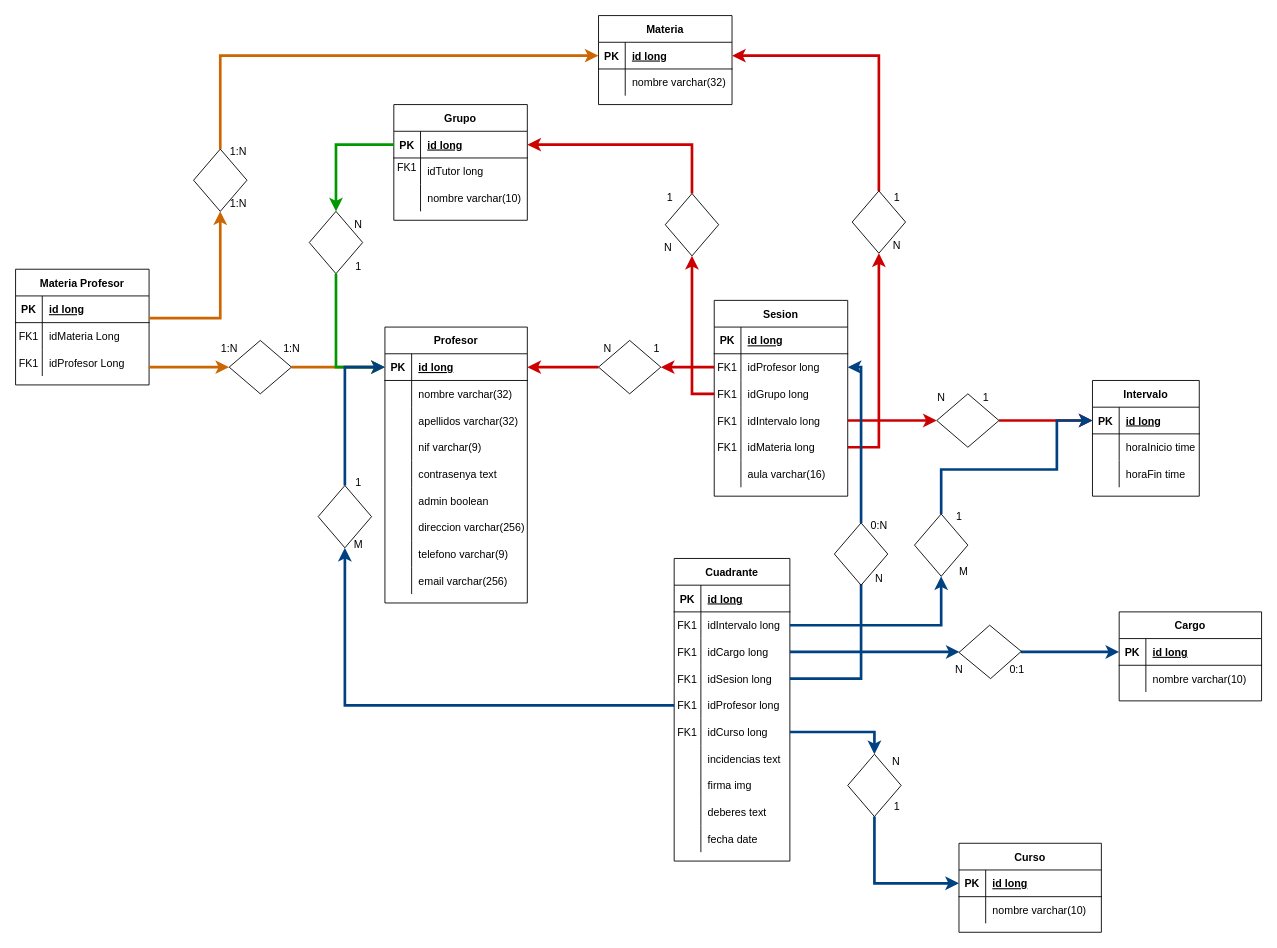
Before: bbdd.drawio in daviddoichita/ProyectoDAW-DavidD-Cesar-Carlos, a draw.io diagram. Source tidied: cells renumbered, new cells numbered last; positions are measured from the earlier drawing's top-left corner, leaving out a move shared by most shapes. Both pictures are drawn from the tidied source at 89%, with x=0, y=0 at pixel (15, 15).
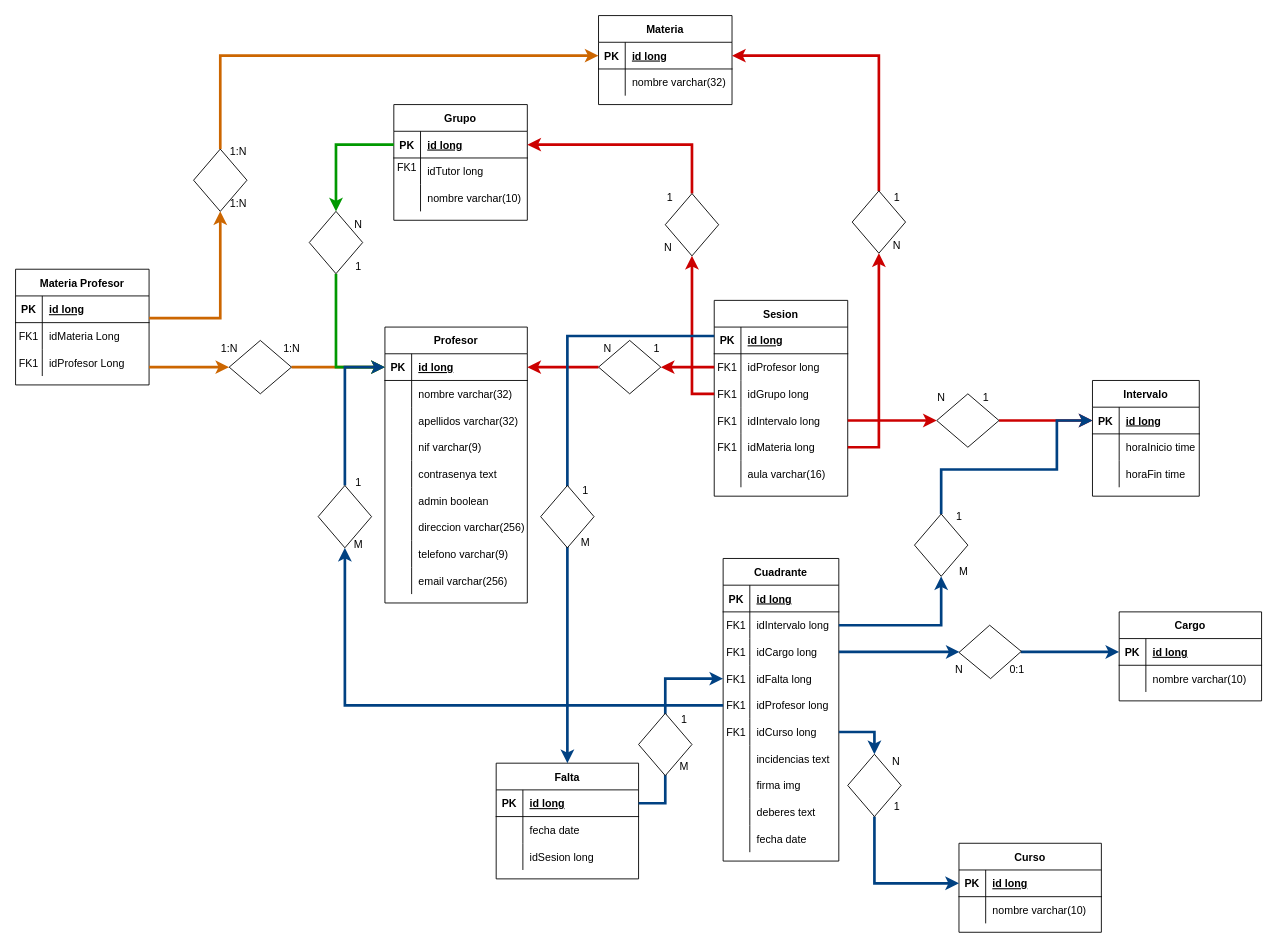
Above is the later version.

Unchanged cells that the change refers to:
```xml
<mxCell id="41" style="shape=partialRectangle;fillColor=none;points=[[0,0.5],[1,0.5]];portConstraint=eastwest;top=0;left=0;right=0;bottom=0;" parent="37" vertex="1">
  <mxGeometry y="60" width="150" height="30" as="geometry" />
</mxCell>
<mxCell id="86" style="shape=partialRectangle;fillColor=none;points=[[0,0.5],[1,0.5]];portConstraint=eastwest;top=0;left=0;right=0;bottom=0;" parent="76" vertex="1">
  <mxGeometry y="120" width="130" height="30" as="geometry" />
</mxCell>
```

Diff of the diagram source:
```diff
@@
     <mxCell id="76" value="Cuadrante" style="shape=table;startSize=30;childLayout=tableLayout;rowLines=0;fontStyle=1;align=center;" parent="1" vertex="1">
-      <mxGeometry x="740" y="610" width="130" height="340" as="geometry" />
+      <mxGeometry x="795" y="610" width="130" height="340" as="geometry" />
     </mxCell>
@@
-    <mxCell id="88" value="idSesion long" style="shape=partialRectangle;overflow=hidden;fillColor=none;top=0;left=0;bottom=0;right=0;align=left;spacingLeft=6;" parent="86" vertex="1">
+    <mxCell id="88" value="idFalta long" style="shape=partialRectangle;overflow=hidden;fillColor=none;top=0;left=0;bottom=0;right=0;align=left;spacingLeft=6;" parent="86" vertex="1">
       <mxGeometry x="30" width="100" height="30" as="geometry" />
     </mxCell>
@@
-    <mxCell id="177" style="endArrow=classic;html=1;rounded=0;edgeStyle=orthogonalEdgeStyle;strokeColor=#004182;strokeWidth=3;" parent="1" edge="1">
-      <mxGeometry relative="1" as="geometry">
-        <mxPoint x="870" y="745" as="sourcePoint" />
-        <mxPoint x="950" y="609.9" as="targetPoint" />
-        <Array as="points">
-          <mxPoint x="950" y="745" />
-        </Array>
-      </mxGeometry>
-    </mxCell>
-    <mxCell id="178" style="shape=rhombus;perimeter=rhombusPerimeter;whiteSpace=wrap;html=1;align=center;direction=south;fontColor=default;labelBackgroundColor=none;fillStyle=solid;fillColor=default;gradientColor=none;gradientDirection=east;" parent="1" vertex="1">
-      <mxGeometry x="920" y="570" width="60" height="70" as="geometry" />
-    </mxCell>
-    <mxCell id="179" style="endArrow=classic;html=1;rounded=0;edgeStyle=orthogonalEdgeStyle;strokeColor=#004182;strokeWidth=3;" parent="1" edge="1" source="178" target="41">
-      <mxGeometry relative="1" as="geometry" />
-    </mxCell>
@@
-    <mxCell id="193" value="0:N" style="text;html=1;align=center;verticalAlign=middle;strokeColor=none;fillColor=none;" parent="1" vertex="1">
-      <mxGeometry x="950" y="558" width="40" height="30" as="geometry" />
-    </mxCell>
-    <mxCell id="194" value="N" style="text;html=1;align=center;verticalAlign=middle;strokeColor=none;fillColor=none;" parent="1" vertex="1">
-      <mxGeometry x="955" y="618" width="30" height="30" as="geometry" />
-    </mxCell>
+    <mxCell id="195" value="Falta" style="shape=table;startSize=30;childLayout=tableLayout;rowLines=0;fontStyle=1;align=center;" parent="1" vertex="1">
+      <mxGeometry x="540" y="840" width="160" height="130" as="geometry" />
+    </mxCell>
+    <mxCell id="196" style="shape=partialRectangle;fillColor=none;points=[[0,0.5],[1,0.5]];portConstraint=eastwest;top=0;left=0;right=0;bottom=1;" parent="195" vertex="1">
+      <mxGeometry y="30" width="160" height="30" as="geometry" />
+    </mxCell>
+    <mxCell id="197" value="PK" style="shape=partialRectangle;overflow=hidden;fillColor=none;top=0;left=0;bottom=0;right=0;fontStyle=1;" parent="196" vertex="1">
+      <mxGeometry width="30" height="30" as="geometry" />
+    </mxCell>
+    <mxCell id="198" value="id long" style="shape=partialRectangle;overflow=hidden;fillColor=none;top=0;left=0;bottom=0;right=0;align=left;spacingLeft=6;fontStyle=5;" parent="196" vertex="1">
+      <mxGeometry x="30" width="130" height="30" as="geometry" />
+    </mxCell>
+    <mxCell id="199" style="shape=partialRectangle;fillColor=none;top=0;left=0;right=0;bottom=0;" parent="195" vertex="1">
+      <mxGeometry y="60" width="160" height="30" as="geometry" />
+    </mxCell>
+    <mxCell id="200" style="shape=partialRectangle;overflow=hidden;fillColor=none;top=0;left=0;bottom=0;right=0;" parent="199" vertex="1">
+      <mxGeometry width="30" height="30" as="geometry" />
+    </mxCell>
+    <mxCell id="201" value="fecha date" style="shape=partialRectangle;overflow=hidden;fillColor=none;top=0;left=0;bottom=0;right=0;align=left;spacingLeft=6;" parent="199" vertex="1">
+      <mxGeometry x="30" width="130" height="30" as="geometry" />
+    </mxCell>
+    <mxCell id="202" style="shape=partialRectangle;fillColor=none;top=0;left=0;right=0;bottom=0;" parent="195" vertex="1">
+      <mxGeometry y="90" width="160" height="30" as="geometry" />
+    </mxCell>
+    <mxCell id="203" style="shape=partialRectangle;overflow=hidden;fillColor=none;top=0;left=0;bottom=0;right=0;" parent="202" vertex="1">
+      <mxGeometry width="30" height="30" as="geometry" />
+    </mxCell>
+    <mxCell id="204" value="idSesion long" style="shape=partialRectangle;overflow=hidden;fillColor=none;top=0;left=0;bottom=0;right=0;align=left;spacingLeft=6;" parent="202" vertex="1">
+      <mxGeometry x="30" width="130" height="30" as="geometry" />
+    </mxCell>
+    <mxCell id="205" style="endArrow=classic;html=1;rounded=0;edgeStyle=orthogonalEdgeStyle;strokeColor=#004182;strokeWidth=3;exitX=0;exitY=0.5;exitDx=0;exitDy=0;entryX=0.5;entryY=0;entryDx=0;entryDy=0;" parent="1" edge="1" target="195">
+      <mxGeometry relative="1" as="geometry">
+        <mxPoint x="785" y="360" as="sourcePoint" />
+        <Array as="points">
+          <mxPoint x="620" y="360" />
+          <mxPoint x="620" y="800" />
+        </Array>
+      </mxGeometry>
+    </mxCell>
+    <mxCell id="206" style="endArrow=classic;html=1;rounded=0;edgeStyle=orthogonalEdgeStyle;strokeColor=#004182;strokeWidth=3;exitX=1;exitY=0.5;exitDx=0;exitDy=0;entryX=0;entryY=0.5;entryDx=0;entryDy=0;" parent="1" edge="1" source="196" target="86">
+      <mxGeometry relative="1" as="geometry">
+        <Array as="points">
+          <mxPoint x="730" y="885" />
+          <mxPoint x="730" y="745" />
+        </Array>
+      </mxGeometry>
+    </mxCell>
+    <mxCell id="207" style="shape=rhombus;perimeter=rhombusPerimeter;whiteSpace=wrap;html=1;align=center;direction=south;fontColor=default;labelBackgroundColor=none;fillStyle=solid;fillColor=default;gradientColor=none;gradientDirection=east;" parent="1" vertex="1">
+      <mxGeometry x="590" y="528" width="60" height="70" as="geometry" />
+    </mxCell>
+    <mxCell id="208" value="M" style="text;html=1;align=center;verticalAlign=middle;strokeColor=none;fillColor=none;" parent="1" vertex="1">
+      <mxGeometry x="625" y="578" width="30" height="30" as="geometry" />
+    </mxCell>
+    <mxCell id="209" value="&lt;div&gt;1&lt;/div&gt;" style="text;html=1;align=center;verticalAlign=middle;strokeColor=none;fillColor=none;" parent="1" vertex="1">
+      <mxGeometry x="625" y="519" width="30" height="30" as="geometry" />
+    </mxCell>
+    <mxCell id="210" style="shape=rhombus;perimeter=rhombusPerimeter;whiteSpace=wrap;html=1;align=center;direction=south;fontColor=default;labelBackgroundColor=none;fillStyle=solid;fillColor=default;gradientColor=none;gradientDirection=east;" parent="1" vertex="1">
+      <mxGeometry x="700" y="784" width="60" height="70" as="geometry" />
+    </mxCell>
+    <mxCell id="211" value="M" style="text;html=1;align=center;verticalAlign=middle;strokeColor=none;fillColor=none;" parent="1" vertex="1">
+      <mxGeometry x="736" y="829" width="30" height="30" as="geometry" />
+    </mxCell>
+    <mxCell id="212" value="1" style="text;html=1;align=center;verticalAlign=middle;strokeColor=none;fillColor=none;" parent="1" vertex="1">
+      <mxGeometry x="736" y="776" width="30" height="30" as="geometry" />
+    </mxCell>
```
